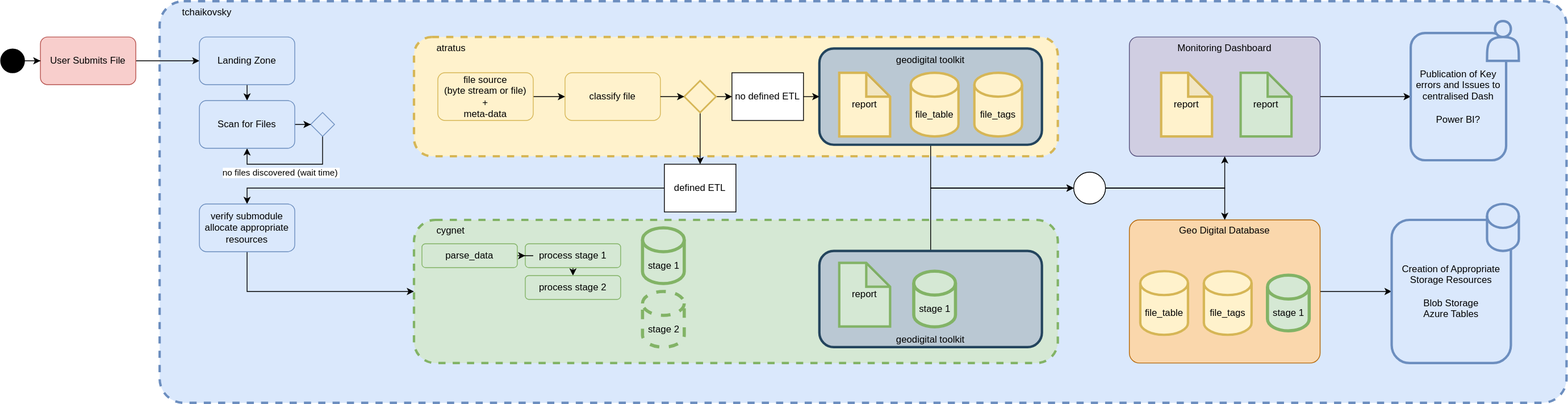
This is docs/source/_static/assets/tchaikovsky.svg from Geological-Survey-of-Western-Australia/atratus, a draw.io export, as it was before one commit. Source tidied: cells renumbered, new cells last; positions are measured from the earlier drawing's top-left corner, leaving out a move shared by most shapes.
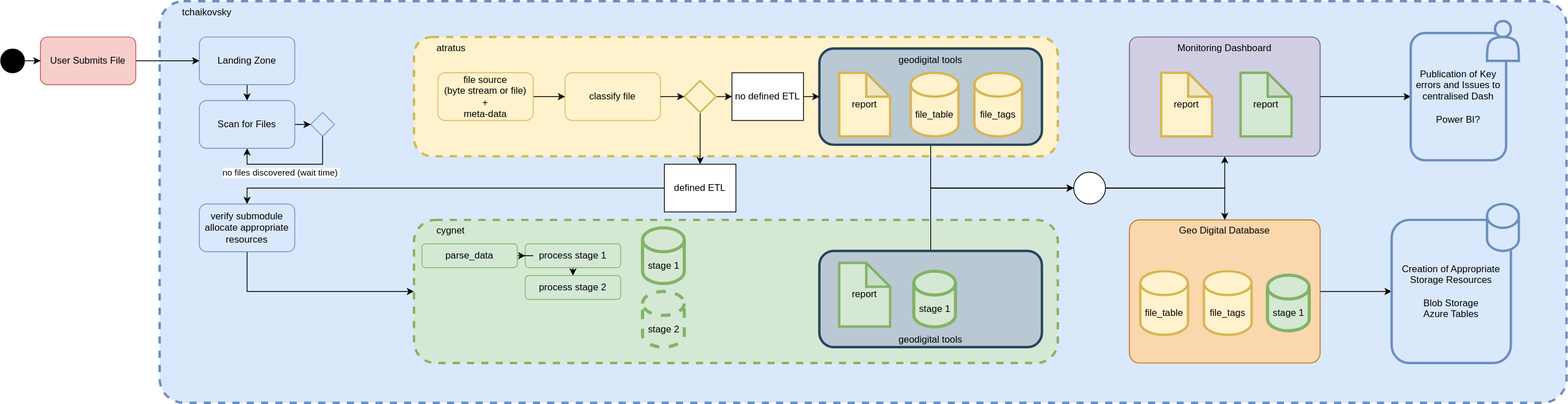
Above is the later version.

Commit message:
🚚 - Back to Tools

What changed in the source:
```diff
@@ -11,7 +11,7 @@
     <mxCell id="4" style="edgeStyle=orthogonalEdgeStyle;rounded=0;jettySize=auto;html=1;exitX=0.5;exitY=1;exitDx=0;exitDy=0;entryX=0;entryY=0.5;entryDx=0;entryDy=0;" parent="1" edge="1" source="5" target="49">
       <mxGeometry relative="1" as="geometry" />
     </mxCell>
-    <mxCell id="5" value="geodigital toolkit" style="rounded=1;whiteSpace=wrap;html=1;fillColor=#bac8d3;strokeColor=#23445d;align=center;verticalAlign=top;strokeWidth=3;" parent="1" vertex="1">
+    <mxCell id="5" value="geodigital tools" style="rounded=1;whiteSpace=wrap;html=1;fillColor=#bac8d3;strokeColor=#23445d;align=center;verticalAlign=top;strokeWidth=3;" parent="1" vertex="1">
       <mxGeometry x="1030" y="59.5" width="280" height="121" as="geometry" />
     </mxCell>
     <mxCell id="6" style="edgeStyle=orthogonalEdgeStyle;rounded=0;jettySize=auto;html=1;exitX=1;exitY=0.5;exitDx=0;exitDy=0;entryX=0;entryY=0.5;entryDx=0;entryDy=0;" parent="1" edge="1" source="7" target="57">
@@ -96,7 +96,7 @@
         </Array>
       </mxGeometry>
     </mxCell>
-    <mxCell id="31" value="geodigital toolkit" style="rounded=1;whiteSpace=wrap;html=1;fillColor=#bac8d3;strokeColor=#23445d;align=center;verticalAlign=bottom;strokeWidth=3;" parent="1" vertex="1">
+    <mxCell id="31" value="geodigital tools" style="rounded=1;whiteSpace=wrap;html=1;fillColor=#bac8d3;strokeColor=#23445d;align=center;verticalAlign=bottom;strokeWidth=3;" parent="1" vertex="1">
       <mxGeometry x="1030" y="314" width="280" height="121" as="geometry" />
     </mxCell>
     <mxCell id="32" style="edgeStyle=orthogonalEdgeStyle;rounded=0;jettySize=auto;html=1;exitX=1;exitY=0.5;exitDx=0;exitDy=0;entryX=0;entryY=0.5;entryDx=0;entryDy=0;" parent="1" edge="1" source="33" target="22">
```
